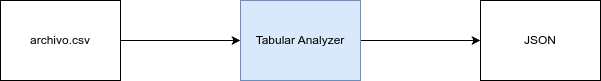
Earlier version of the draw.io export products/kentaro/images/drawio/tabular-analyzer.drawio.png (kaizten/kaizten.github.io). Source tidied: cells renumbered, new cells last; positions are measured from the earlier drawing's top-left corner, leaving out a move shared by most shapes.
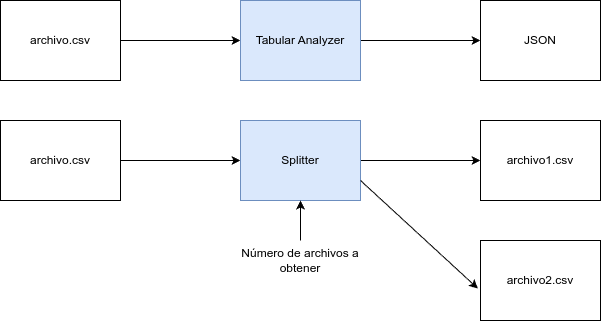
Later version of the same file.

Commit message:
See https://github.com/kaizten/kentaro/commit/9c1d273ed6ee7e55ed93529f39aee80aec6e1a53 from refs/heads/main

What changed in the source:
```diff
@@ -17,5 +17,32 @@
     <mxCell id="6" value="JSON" style="rounded=0;whiteSpace=wrap;html=1;" parent="1" vertex="1">
       <mxGeometry x="480" width="120" height="80" as="geometry" />
     </mxCell>
+    <mxCell id="7" style="edgeStyle=none;html=1;exitX=1;exitY=0.5;exitDx=0;exitDy=0;entryX=0;entryY=0.5;entryDx=0;entryDy=0;" parent="1" edge="1" source="8" target="10">
+      <mxGeometry relative="1" as="geometry" />
+    </mxCell>
+    <mxCell id="8" value="archivo.csv" style="rounded=0;whiteSpace=wrap;html=1;" parent="1" vertex="1">
+      <mxGeometry y="120" width="120" height="80" as="geometry" />
+    </mxCell>
+    <mxCell id="9" style="edgeStyle=none;html=1;exitX=1;exitY=0.5;exitDx=0;exitDy=0;entryX=0;entryY=0.5;entryDx=0;entryDy=0;" parent="1" edge="1" source="10" target="11">
+      <mxGeometry relative="1" as="geometry" />
+    </mxCell>
+    <mxCell id="10" value="Splitter" style="rounded=0;whiteSpace=wrap;html=1;fillColor=#dae8fc;strokeColor=#6c8ebf;" parent="1" vertex="1">
+      <mxGeometry x="240" y="120" width="120" height="80" as="geometry" />
+    </mxCell>
+    <mxCell id="11" value="archivo1.csv" style="rounded=0;whiteSpace=wrap;html=1;" parent="1" vertex="1">
+      <mxGeometry x="480" y="120" width="120" height="80" as="geometry" />
+    </mxCell>
+    <mxCell id="12" value="archivo2.csv" style="rounded=0;whiteSpace=wrap;html=1;" parent="1" vertex="1">
+      <mxGeometry x="480" y="240" width="120" height="80" as="geometry" />
+    </mxCell>
+    <mxCell id="13" style="edgeStyle=none;html=1;exitX=1;exitY=0.75;exitDx=0;exitDy=0;entryX=-0.022;entryY=0.6;entryDx=0;entryDy=0;entryPerimeter=0;" parent="1" edge="1" source="10" target="12">
+      <mxGeometry relative="1" as="geometry" />
+    </mxCell>
+    <mxCell id="14" style="edgeStyle=none;html=1;entryX=0.5;entryY=1;entryDx=0;entryDy=0;" parent="1" edge="1" source="15" target="10">
+      <mxGeometry relative="1" as="geometry" />
+    </mxCell>
+    <mxCell id="15" value="Número de archivos a obtener" style="text;html=1;align=center;verticalAlign=middle;whiteSpace=wrap;rounded=0;" parent="1" vertex="1">
+      <mxGeometry x="240" y="240" width="120" height="40" as="geometry" />
+    </mxCell>
   </root>
 </mxGraphModel>
```
